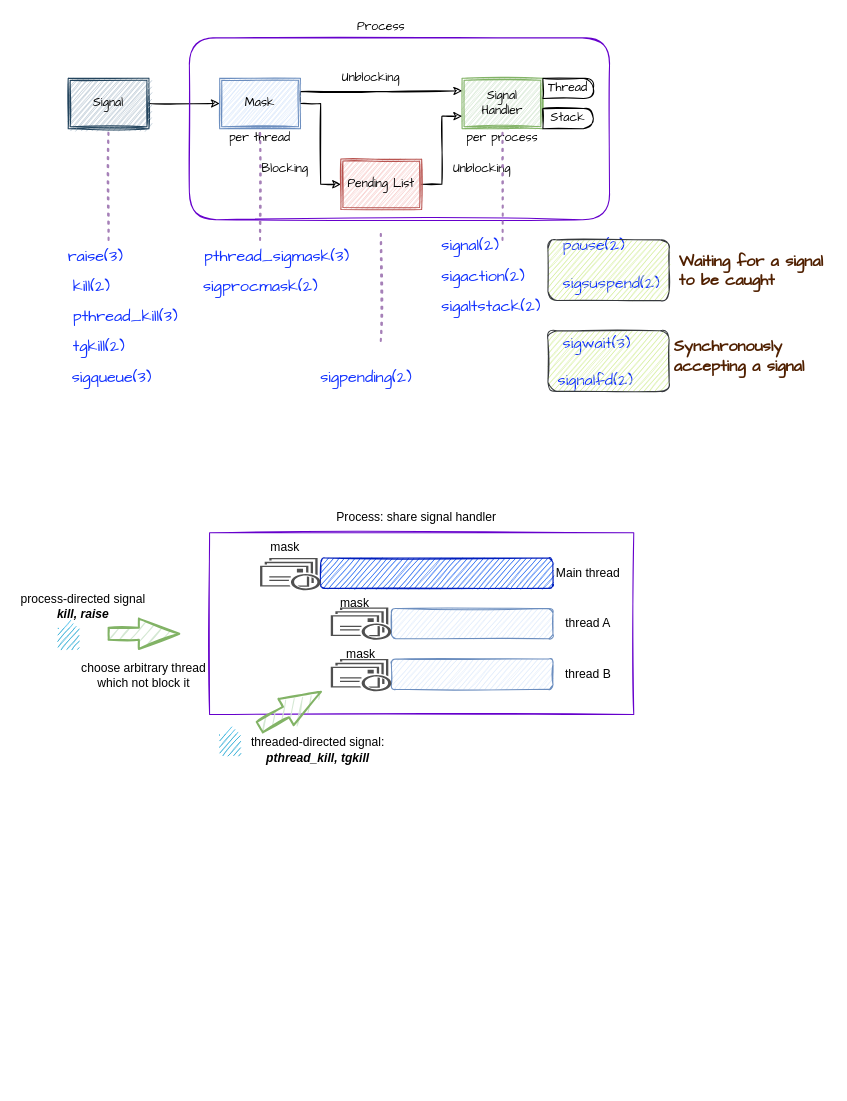
This is Untitled Diagram.drawio from pzhp/Notebook, a draw.io file, before an edit. Source tidied: cells renumbered, new cells numbered last; positions are measured from the earlier drawing's top-left corner, leaving out a move shared by most shapes. Both pictures are drawn from the tidied source at 101%, with x=0, y=0 at pixel (17, 17).
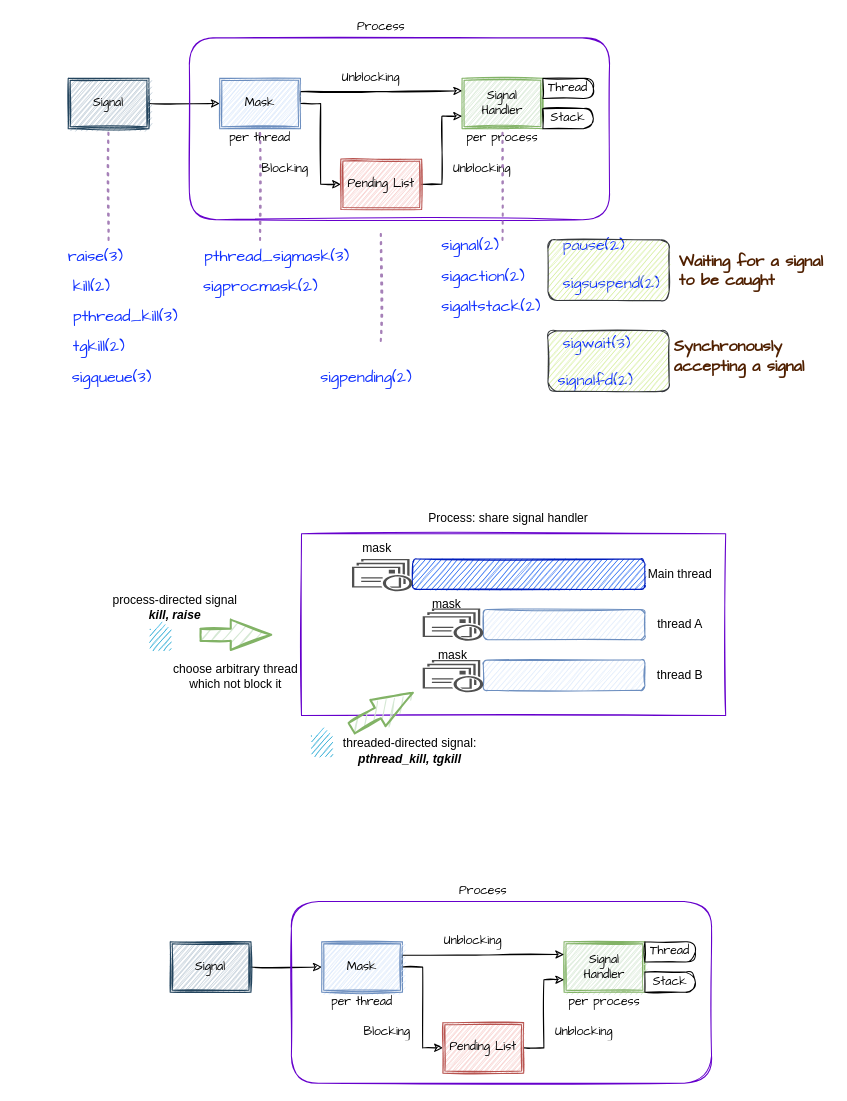
The same page after the edit.

Change to the diagram source:
```diff
@@
     <mxCell id="2" style="rounded=0;whiteSpace=wrap;html=1;glass=0;sketch=1;strokeColor=#6600CC;" parent="1" vertex="1">
-      <mxGeometry x="190" y="510" width="420" height="180" as="geometry" />
+      <mxGeometry x="281" y="511" width="420" height="180" as="geometry" />
     </mxCell>
     <mxCell id="3" style="rounded=1;whiteSpace=wrap;html=1;glass=0;sketch=1;fillColor=#0050ef;strokeColor=#001DBC;fontColor=#ffffff;" parent="1" vertex="1">
-      <mxGeometry x="300" y="535" width="230" height="30" as="geometry" />
+      <mxGeometry x="391" y="536" width="230" height="30" as="geometry" />
     </mxCell>
     <mxCell id="4" style="rounded=1;whiteSpace=wrap;html=1;glass=0;sketch=1;fillColor=#dae8fc;strokeColor=#6c8ebf;" parent="1" vertex="1">
-      <mxGeometry x="370" y="585" width="160" height="30" as="geometry" />
+      <mxGeometry x="461" y="586" width="160" height="30" as="geometry" />
     </mxCell>
     <mxCell id="5" style="rounded=1;whiteSpace=wrap;html=1;glass=0;sketch=1;fillColor=#dae8fc;strokeColor=#6c8ebf;" parent="1" vertex="1">
-      <mxGeometry x="370" y="635" width="160" height="30" as="geometry" />
+      <mxGeometry x="461" y="636" width="160" height="30" as="geometry" />
     </mxCell>
     <mxCell id="6" value="Process: share signal handler" style="text;html=1;strokeColor=none;fillColor=none;align=center;verticalAlign=middle;whiteSpace=wrap;rounded=0;glass=0;sketch=1;" parent="1" vertex="1">
-      <mxGeometry x="310" y="480" width="170" height="30" as="geometry" />
+      <mxGeometry x="401" y="481" width="170" height="30" as="geometry" />
     </mxCell>
     <mxCell id="7" value="Main thread" style="text;html=1;strokeColor=none;fillColor=none;align=center;verticalAlign=middle;whiteSpace=wrap;rounded=0;glass=0;sketch=1;" parent="1" vertex="1">
-      <mxGeometry x="530" y="535" width="70" height="30" as="geometry" />
+      <mxGeometry x="621" y="536" width="70" height="30" as="geometry" />
     </mxCell>
     <mxCell id="8" value="thread A" style="text;html=1;strokeColor=none;fillColor=none;align=center;verticalAlign=middle;whiteSpace=wrap;rounded=0;glass=0;sketch=1;" parent="1" vertex="1">
-      <mxGeometry x="530" y="585" width="70" height="30" as="geometry" />
+      <mxGeometry x="621" y="586" width="70" height="30" as="geometry" />
     </mxCell>
     <mxCell id="9" value="thread B" style="text;html=1;strokeColor=none;fillColor=none;align=center;verticalAlign=middle;whiteSpace=wrap;rounded=0;glass=0;sketch=1;" parent="1" vertex="1">
-      <mxGeometry x="530" y="635" width="70" height="30" as="geometry" />
+      <mxGeometry x="621" y="636" width="70" height="30" as="geometry" />
     </mxCell>
     <mxCell id="10" style="verticalLabelPosition=bottom;verticalAlign=top;html=1;strokeWidth=2;shape=mxgraph.arrows2.arrow;dy=0.6;dx=40;notch=0;rounded=0;glass=0;sketch=1;fillColor=#d5e8d4;strokeColor=#82b366;" parent="1" vertex="1">
-      <mxGeometry x="90" y="595" width="70" height="30" as="geometry" />
+      <mxGeometry x="181" y="596" width="70" height="30" as="geometry" />
     </mxCell>
     <mxCell id="11" value="process-directed signal&lt;br&gt;&lt;b&gt;&lt;i&gt;kill, raise&lt;/i&gt;&lt;/b&gt;" style="text;html=1;strokeColor=none;fillColor=none;align=center;verticalAlign=middle;whiteSpace=wrap;rounded=0;glass=0;sketch=1;" parent="1" vertex="1">
-      <mxGeometry y="580" width="130" height="5" as="geometry" />
+      <mxGeometry x="91" y="581" width="130" height="5" as="geometry" />
     </mxCell>
     <mxCell id="12" style="verticalLabelPosition=bottom;verticalAlign=top;html=1;shadow=0;dashed=0;strokeWidth=1;shape=mxgraph.android.text_insertion_point;rounded=0;glass=0;sketch=1;" parent="1" vertex="1">
-      <mxGeometry x="40" y="595" width="20" height="30" as="geometry" />
+      <mxGeometry x="131" y="596" width="20" height="30" as="geometry" />
     </mxCell>
     <mxCell id="13" style="sketch=0;shadow=0;dashed=0;html=1;strokeColor=none;fillColor=#505050;labelPosition=center;verticalLabelPosition=bottom;verticalAlign=top;align=center;shape=mxgraph.office.communications.queue_viewer;rounded=0;glass=0;" parent="1" vertex="1">
-      <mxGeometry x="240" y="535" width="60" height="32" as="geometry" />
+      <mxGeometry x="331" y="536" width="60" height="32" as="geometry" />
     </mxCell>
     <mxCell id="14" style="sketch=0;shadow=0;dashed=0;html=1;strokeColor=none;fillColor=#505050;labelPosition=center;verticalLabelPosition=bottom;verticalAlign=top;align=center;shape=mxgraph.office.communications.queue_viewer;rounded=0;glass=0;" parent="1" vertex="1">
-      <mxGeometry x="310" y="584" width="60" height="32" as="geometry" />
+      <mxGeometry x="401" y="585" width="60" height="32" as="geometry" />
     </mxCell>
     <mxCell id="15" style="sketch=0;shadow=0;dashed=0;html=1;strokeColor=none;fillColor=#505050;labelPosition=center;verticalLabelPosition=bottom;verticalAlign=top;align=center;shape=mxgraph.office.communications.queue_viewer;rounded=0;glass=0;" parent="1" vertex="1">
-      <mxGeometry x="310" y="635" width="60" height="32" as="geometry" />
+      <mxGeometry x="401" y="636" width="60" height="32" as="geometry" />
     </mxCell>
     <mxCell id="16" value="mask" style="text;html=1;strokeColor=none;fillColor=none;align=center;verticalAlign=middle;whiteSpace=wrap;rounded=0;glass=0;sketch=1;" parent="1" vertex="1">
-      <mxGeometry x="235" y="510" width="60" height="30" as="geometry" />
+      <mxGeometry x="326" y="511" width="60" height="30" as="geometry" />
     </mxCell>
     <mxCell id="17" style="verticalLabelPosition=bottom;verticalAlign=top;html=1;shadow=0;dashed=0;strokeWidth=1;shape=mxgraph.android.text_insertion_point;rounded=0;glass=0;sketch=1;" parent="1" vertex="1">
-      <mxGeometry x="200" y="700" width="20" height="30" as="geometry" />
+      <mxGeometry x="291" y="701" width="20" height="30" as="geometry" />
     </mxCell>
     <mxCell id="18" style="verticalLabelPosition=bottom;verticalAlign=top;html=1;strokeWidth=2;shape=mxgraph.arrows2.arrow;dy=0.6;dx=40;notch=0;rounded=0;glass=0;sketch=1;rotation=-30;fillColor=#d5e8d4;strokeColor=#82b366;" parent="1" vertex="1">
-      <mxGeometry x="235" y="670" width="70" height="30" as="geometry" />
+      <mxGeometry x="326" y="671" width="70" height="30" as="geometry" />
     </mxCell>
     <mxCell id="19" value="threaded-directed signal: &lt;b&gt;&lt;i&gt;pthread_kill, tgkill&lt;/i&gt;&lt;/b&gt;" style="text;html=1;strokeColor=none;fillColor=none;align=center;verticalAlign=middle;whiteSpace=wrap;rounded=0;glass=0;sketch=1;" parent="1" vertex="1">
-      <mxGeometry x="220" y="720" width="155" height="10" as="geometry" />
+      <mxGeometry x="311" y="721" width="155" height="10" as="geometry" />
     </mxCell>
     <mxCell id="20" value="choose arbitrary thread which not block it" style="text;html=1;strokeColor=none;fillColor=none;align=center;verticalAlign=middle;whiteSpace=wrap;rounded=0;glass=0;sketch=1;" parent="1" vertex="1">
-      <mxGeometry x="50" y="648.5" width="150" height="5" as="geometry" />
+      <mxGeometry x="141" y="649.5" width="150" height="5" as="geometry" />
     </mxCell>
@@
     <mxCell id="33" value="mask" style="text;html=1;strokeColor=none;fillColor=none;align=center;verticalAlign=middle;whiteSpace=wrap;rounded=0;glass=0;sketch=1;" parent="1" vertex="1">
-      <mxGeometry x="304" y="565" width="60" height="30" as="geometry" />
+      <mxGeometry x="395" y="566" width="60" height="30" as="geometry" />
     </mxCell>
     <mxCell id="34" value="mask" style="text;html=1;strokeColor=none;fillColor=none;align=center;verticalAlign=middle;whiteSpace=wrap;rounded=0;glass=0;sketch=1;" parent="1" vertex="1">
-      <mxGeometry x="310" y="615" width="60" height="30" as="geometry" />
+      <mxGeometry x="401" y="616" width="60" height="30" as="geometry" />
     </mxCell>
@@
+    <mxCell id="64" style="edgeStyle=orthogonalEdgeStyle;rounded=0;jettySize=auto;html=1;exitX=1;exitY=0.5;exitDx=0;exitDy=0;entryX=0;entryY=0.5;entryDx=0;entryDy=0;sketch=1;fontFamily=Comic Sans MS;" parent="1" edge="1" source="65" target="69">
+      <mxGeometry relative="1" as="geometry" />
+    </mxCell>
+    <mxCell id="65" value="&lt;font&gt;Signal&lt;/font&gt;" style="shape=ext;double=1;rounded=0;whiteSpace=wrap;html=1;glass=0;sketch=1;fontFamily=Comic Sans MS;fillColor=#bac8d3;strokeColor=#23445d;" parent="1" vertex="1">
+      <mxGeometry x="151" y="915" width="80" height="50" as="geometry" />
+    </mxCell>
+    <mxCell id="66" value="Signal Handler" style="shape=ext;double=1;rounded=0;whiteSpace=wrap;html=1;glass=0;sketch=1;fillColor=#d5e8d4;strokeColor=#82b366;fontFamily=Comic Sans MS;" parent="1" vertex="1">
+      <mxGeometry x="541" y="915" width="80" height="50" as="geometry" />
+    </mxCell>
+    <mxCell id="67" style="edgeStyle=orthogonalEdgeStyle;rounded=0;jettySize=auto;html=1;exitX=1;exitY=0.5;exitDx=0;exitDy=0;entryX=0;entryY=0.5;entryDx=0;entryDy=0;sketch=1;fontFamily=Comic Sans MS;" parent="1" edge="1" source="69" target="71">
+      <mxGeometry relative="1" as="geometry" />
+    </mxCell>
+    <mxCell id="68" style="edgeStyle=orthogonalEdgeStyle;rounded=0;jettySize=auto;html=1;exitX=1;exitY=0.5;exitDx=0;exitDy=0;entryX=0;entryY=0.25;entryDx=0;entryDy=0;sketch=1;fontFamily=Comic Sans MS;" parent="1" edge="1" source="69" target="66">
+      <mxGeometry relative="1" as="geometry">
+        <Array as="points">
+          <mxPoint x="381" y="928" />
+          <mxPoint x="461" y="928" />
+        </Array>
+      </mxGeometry>
+    </mxCell>
+    <mxCell id="69" value="Mask" style="shape=ext;double=1;rounded=0;whiteSpace=wrap;html=1;glass=0;sketch=1;fillColor=#dae8fc;strokeColor=#6c8ebf;fontFamily=Comic Sans MS;" parent="1" vertex="1">
+      <mxGeometry x="301" y="915" width="80" height="50" as="geometry" />
+    </mxCell>
+    <mxCell id="70" style="edgeStyle=orthogonalEdgeStyle;rounded=0;jettySize=auto;html=1;exitX=1;exitY=0.5;exitDx=0;exitDy=0;entryX=0;entryY=0.75;entryDx=0;entryDy=0;sketch=1;fontFamily=Comic Sans MS;" parent="1" edge="1" source="71" target="66">
+      <mxGeometry relative="1" as="geometry" />
+    </mxCell>
+    <mxCell id="71" value="Pending List" style="shape=ext;double=1;rounded=0;whiteSpace=wrap;html=1;glass=0;sketch=1;fillColor=#f8cecc;strokeColor=#b85450;fontFamily=Comic Sans MS;" parent="1" vertex="1">
+      <mxGeometry x="421" y="995" width="80" height="50" as="geometry" />
+    </mxCell>
+    <mxCell id="72" value="Thread" style="shape=delay;whiteSpace=wrap;html=1;rounded=0;glass=0;sketch=1;fontFamily=Comic Sans MS;" parent="1" vertex="1">
+      <mxGeometry x="621" y="915" width="50" height="20" as="geometry" />
+    </mxCell>
+    <mxCell id="73" value="Stack" style="shape=delay;whiteSpace=wrap;html=1;rounded=0;glass=0;sketch=1;fontFamily=Comic Sans MS;" parent="1" vertex="1">
+      <mxGeometry x="621" y="945" width="50" height="20" as="geometry" />
+    </mxCell>
+    <mxCell id="74" value="per thread" style="text;html=1;strokeColor=none;fillColor=none;align=center;verticalAlign=middle;whiteSpace=wrap;overflow=hidden;rounded=0;glass=0;sketch=1;fontFamily=Comic Sans MS;" parent="1" vertex="1">
+      <mxGeometry x="301" y="965" width="80" height="20" as="geometry" />
+    </mxCell>
+    <mxCell id="75" value="per process" style="text;html=1;strokeColor=none;fillColor=none;align=center;verticalAlign=middle;whiteSpace=wrap;overflow=hidden;rounded=0;glass=0;sketch=1;fontFamily=Comic Sans MS;" parent="1" vertex="1">
+      <mxGeometry x="541" y="965" width="80" height="20" as="geometry" />
+    </mxCell>
+    <mxCell id="76" style="rounded=1;whiteSpace=wrap;html=1;glass=0;sketch=1;fillColor=none;strokeColor=#6600CC;fontFamily=Comic Sans MS;" parent="1" vertex="1">
+      <mxGeometry x="271" y="875" width="416" height="180" as="geometry" />
+    </mxCell>
+    <mxCell id="77" value="Unblocking" style="text;html=1;strokeColor=none;fillColor=none;align=center;verticalAlign=middle;whiteSpace=wrap;overflow=hidden;rounded=0;glass=0;sketch=1;fontFamily=Comic Sans MS;" parent="1" vertex="1">
+      <mxGeometry x="411" y="905" width="80" height="20" as="geometry" />
+    </mxCell>
+    <mxCell id="78" value="Unblocking" style="text;html=1;strokeColor=none;fillColor=none;align=center;verticalAlign=middle;whiteSpace=wrap;overflow=hidden;rounded=0;glass=0;sketch=1;fontFamily=Comic Sans MS;" parent="1" vertex="1">
+      <mxGeometry x="521" y="995" width="80" height="20" as="geometry" />
+    </mxCell>
+    <mxCell id="79" value="Blocking" style="text;html=1;strokeColor=none;fillColor=none;align=center;verticalAlign=middle;whiteSpace=wrap;overflow=hidden;rounded=0;glass=0;sketch=1;fontFamily=Comic Sans MS;" parent="1" vertex="1">
+      <mxGeometry x="326" y="995" width="80" height="20" as="geometry" />
+    </mxCell>
+    <mxCell id="80" value="Process" style="text;html=1;strokeColor=none;fillColor=none;align=center;verticalAlign=middle;whiteSpace=wrap;overflow=hidden;rounded=0;glass=0;sketch=1;fontFamily=Comic Sans MS;" parent="1" vertex="1">
+      <mxGeometry x="421" y="855" width="80" height="20" as="geometry" />
+    </mxCell>
```
